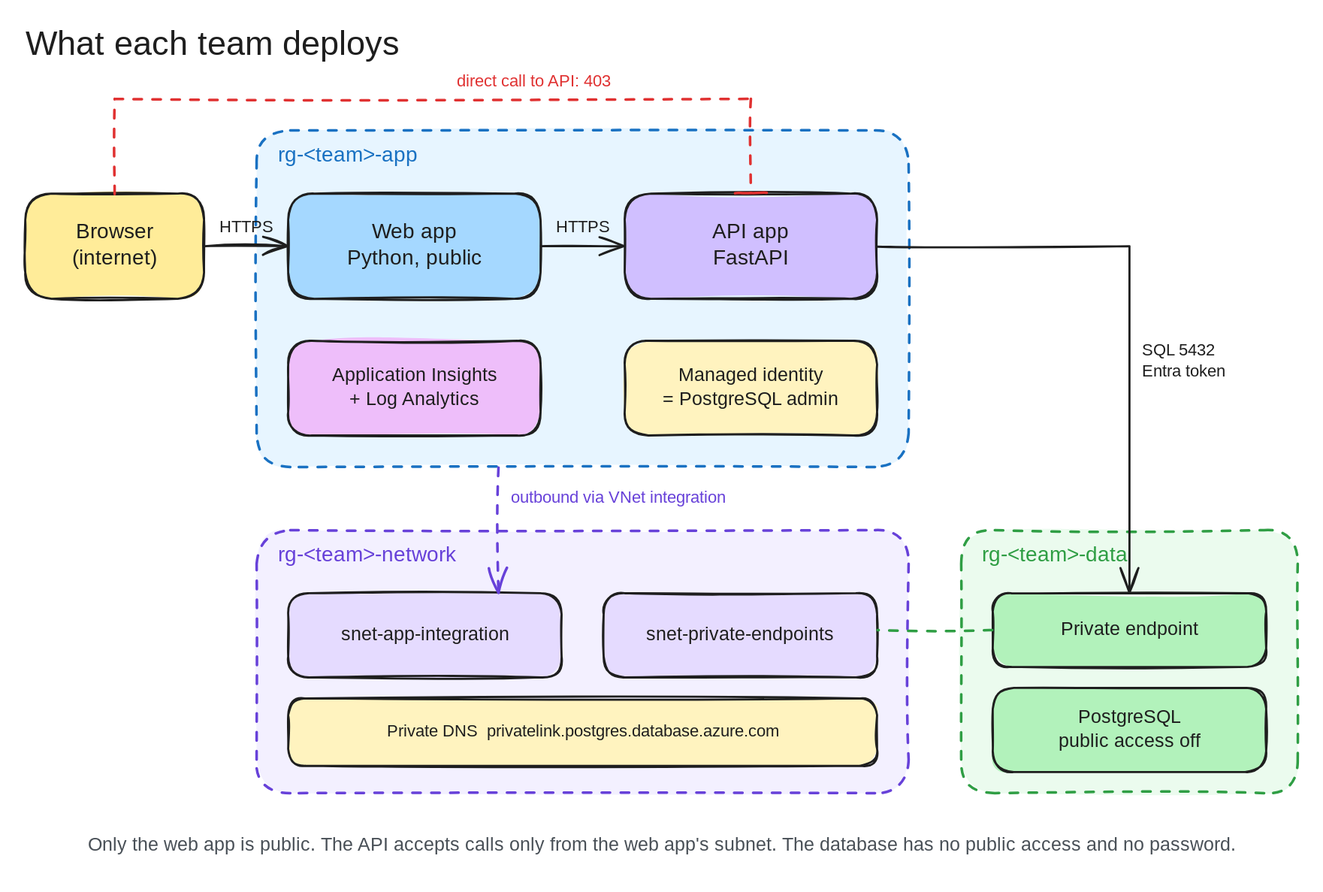
Above: docs/diagrams/architecture.excalidraw.svg in lenvolk/guard-timekeeping (Excalidraw), before the change. Source tidied: one line per element, renumbered; positions are measured from the earlier drawing's top-left corner, leaving out a move shared by most shapes.
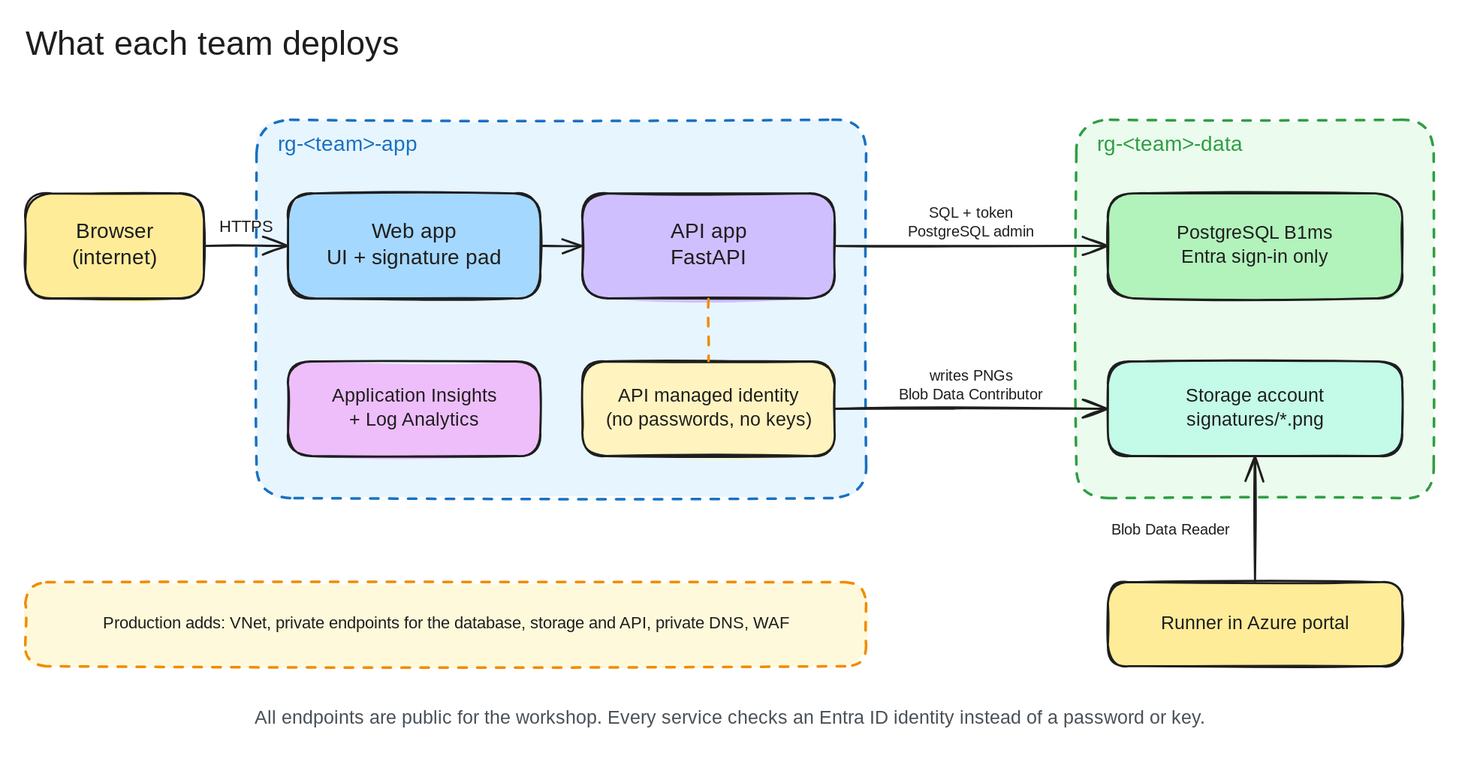
Later version of the same file.

The edit, as a diff of the source:
```diff
@@ -1,42 +1,39 @@
 {"id": 0, "type": "text", "text": "What each team deploys", "strokeColor": "#1e1e1e", "strokeWidth": 2, "roughness": 1, "fontSize": 32, "fontFamily": 5, "x": 0, "y": 0, "width": 348, "height": 40}
 {"id": 1, "type": "rectangle", "strokeColor": "#1e1e1e", "backgroundColor": "#ffec99", "fillStyle": "solid", "strokeWidth": 2, "roughness": 1, "round": true, "x": 0, "y": 160, "width": 170, "height": 100}
-{"id": 2, "type": "rectangle", "strokeColor": "#1971c2", "backgroundColor": "#e7f5ff", "fillStyle": "solid", "strokeWidth": 2, "strokeStyle": "dashed", "roughness": 1, "round": true, "x": 220, "y": 100, "width": 620, "height": 320}
+{"id": 2, "type": "rectangle", "strokeColor": "#1971c2", "backgroundColor": "#e7f5ff", "fillStyle": "solid", "strokeWidth": 2, "strokeStyle": "dashed", "roughness": 1, "round": true, "x": 220, "y": 90, "width": 580, "height": 360}
-{"id": 3, "type": "text", "text": "rg-<team>-app", "strokeColor": "#1971c2", "strokeWidth": 2, "roughness": 1, "fontSize": 20, "fontFamily": 5, "x": 240, "y": 112, "width": 140, "height": 25}
+{"id": 3, "type": "text", "text": "rg-<team>-app", "strokeColor": "#1971c2", "strokeWidth": 2, "roughness": 1, "fontSize": 20, "fontFamily": 5, "x": 240, "y": 102, "width": 140, "height": 25}
 {"id": 4, "type": "rectangle", "strokeColor": "#1e1e1e", "backgroundColor": "#a5d8ff", "fillStyle": "solid", "strokeWidth": 2, "roughness": 1, "round": true, "x": 250, "y": 160, "width": 240, "height": 100}
-{"id": 5, "type": "rectangle", "strokeColor": "#1e1e1e", "backgroundColor": "#d0bfff", "fillStyle": "solid", "strokeWidth": 2, "roughness": 1, "round": true, "x": 570, "y": 160, "width": 240, "height": 100}
+{"id": 5, "type": "rectangle", "strokeColor": "#1e1e1e", "backgroundColor": "#d0bfff", "fillStyle": "solid", "strokeWidth": 2, "roughness": 1, "round": true, "x": 530, "y": 160, "width": 240, "height": 100}
-{"id": 6, "type": "rectangle", "strokeColor": "#1e1e1e", "backgroundColor": "#eebefa", "fillStyle": "solid", "strokeWidth": 2, "roughness": 1, "round": true, "x": 250, "y": 300, "width": 240, "height": 90}
+{"id": 6, "type": "rectangle", "strokeColor": "#1e1e1e", "backgroundColor": "#eebefa", "fillStyle": "solid", "strokeWidth": 2, "roughness": 1, "round": true, "x": 250, "y": 320, "width": 240, "height": 90}
-{"id": 7, "type": "rectangle", "strokeColor": "#1e1e1e", "backgroundColor": "#fff3bf", "fillStyle": "solid", "strokeWidth": 2, "roughness": 1, "round": true, "x": 570, "y": 300, "width": 240, "height": 90}
+{"id": 7, "type": "rectangle", "strokeColor": "#1e1e1e", "backgroundColor": "#fff3bf", "fillStyle": "solid", "strokeWidth": 2, "roughness": 1, "round": true, "x": 530, "y": 320, "width": 240, "height": 90}
-{"id": 8, "type": "rectangle", "strokeColor": "#6741d9", "backgroundColor": "#f3f0ff", "fillStyle": "solid", "strokeWidth": 2, "strokeStyle": "dashed", "roughness": 1, "round": true, "x": 220, "y": 480, "width": 620, "height": 250}
-{"id": 9, "type": "text", "text": "rg-<team>-network", "strokeColor": "#6741d9", "strokeWidth": 2, "roughness": 1, "fontSize": 20, "fontFamily": 5, "x": 240, "y": 492, "width": 178, "height": 25}
-{"id": 10, "type": "rectangle", "strokeColor": "#1e1e1e", "backgroundColor": "#e5dbff", "fillStyle": "solid", "strokeWidth": 2, "roughness": 1, "round": true, "x": 250, "y": 540, "width": 260, "height": 80}
-{"id": 11, "type": "rectangle", "strokeColor": "#1e1e1e", "backgroundColor": "#e5dbff", "fillStyle": "solid", "strokeWidth": 2, "roughness": 1, "round": true, "x": 550, "y": 540, "width": 260, "height": 80}
-{"id": 12, "type": "rectangle", "strokeColor": "#1e1e1e", "backgroundColor": "#fff3bf", "fillStyle": "solid", "strokeWidth": 2, "roughness": 1, "round": true, "x": 250, "y": 640, "width": 560, "height": 64}
-{"id": 13, "type": "rectangle", "strokeColor": "#2f9e44", "backgroundColor": "#ebfbee", "fillStyle": "solid", "strokeWidth": 2, "strokeStyle": "dashed", "roughness": 1, "round": true, "x": 890, "y": 480, "width": 320, "height": 250}
+{"id": 13, "type": "rectangle", "strokeColor": "#2f9e44", "backgroundColor": "#ebfbee", "fillStyle": "solid", "strokeWidth": 2, "strokeStyle": "dashed", "roughness": 1, "round": true, "x": 1000, "y": 90, "width": 340, "height": 360}
-{"id": 14, "type": "text", "text": "rg-<team>-data", "strokeColor": "#2f9e44", "strokeWidth": 2, "roughness": 1, "fontSize": 20, "fontFamily": 5, "x": 910, "y": 492, "width": 145, "height": 25}
+{"id": 14, "type": "text", "text": "rg-<team>-data", "strokeColor": "#2f9e44", "strokeWidth": 2, "roughness": 1, "fontSize": 20, "fontFamily": 5, "x": 1020, "y": 102, "width": 145, "height": 25}
-{"id": 15, "type": "rectangle", "strokeColor": "#1e1e1e", "backgroundColor": "#b2f2bb", "fillStyle": "solid", "strokeWidth": 2, "roughness": 1, "round": true, "x": 920, "y": 540, "width": 260, "height": 70}
-{"id": 16, "type": "rectangle", "strokeColor": "#1e1e1e", "backgroundColor": "#b2f2bb", "fillStyle": "solid", "strokeWidth": 2, "roughness": 1, "round": true, "x": 920, "y": 630, "width": 260, "height": 80}
+{"id": 16, "type": "rectangle", "strokeColor": "#1e1e1e", "backgroundColor": "#b2f2bb", "fillStyle": "solid", "strokeWidth": 2, "roughness": 1, "round": true, "x": 1030, "y": 160, "width": 280, "height": 100}
+{"id": 42, "type": "rectangle", "strokeColor": "#1e1e1e", "backgroundColor": "#c3fae8", "fillStyle": "solid", "strokeWidth": 2, "roughness": 1, "round": true, "x": 1030, "y": 320, "width": 280, "height": 90}
 {"id": 17, "type": "arrow", "strokeColor": "#1e1e1e", "strokeWidth": 2, "roughness": 1, "endArrowhead": "arrow", "x": 170, "y": 210, "width": 79, "height": 0, "points": [[0, 0], [79, 0]]}
 {"id": 18, "type": "rectangle", "strokeColor": "transparent", "strokeWidth": 2, "roughness": 1, "x": 170, "y": 178, "width": 80, "height": 30}
-{"id": 19, "type": "arrow", "strokeColor": "#1e1e1e", "strokeWidth": 2, "roughness": 1, "endArrowhead": "arrow", "x": 490, "y": 210, "width": 79, "height": 0, "points": [[0, 0], [79, 0]]}
+{"id": 19, "type": "arrow", "strokeColor": "#1e1e1e", "strokeWidth": 2, "roughness": 1, "endArrowhead": "arrow", "x": 490, "y": 210, "width": 39, "height": 0, "points": [[0, 0], [39, 0]]}
-{"id": 20, "type": "rectangle", "strokeColor": "transparent", "strokeWidth": 2, "roughness": 1, "x": 490, "y": 178, "width": 80, "height": 30}
-{"id": 21, "type": "arrow", "strokeColor": "#1e1e1e", "strokeWidth": 2, "roughness": 1, "endArrowhead": "arrow", "x": 810, "y": 210, "width": 240, "height": 330, "points": [[0, 0], [240, 0], [240, 329]]}
-{"id": 22, "type": "text", "text": "SQL 5432\nEntra token", "strokeColor": "#1e1e1e", "strokeWidth": 2, "roughness": 1, "fontSize": 16, "fontFamily": 5, "x": 1062, "y": 300, "width": 80, "height": 40}
-{"id": 23, "type": "arrow", "strokeColor": "#e03131", "strokeWidth": 2, "strokeStyle": "dashed", "roughness": 1, "endArrowhead": "bar", "x": 85, "y": 160, "width": 605, "height": 90, "points": [[0, 0], [0, -90], [605, -90], [605, -1]]}
-{"id": 24, "type": "text", "text": "direct call to API: 403", "strokeColor": "#e03131", "strokeWidth": 2, "roughness": 1, "fontSize": 16, "fontFamily": 5, "x": 410, "y": 44, "width": 148, "height": 20}
-{"id": 25, "type": "arrow", "strokeColor": "#6741d9", "strokeWidth": 2, "strokeStyle": "dashed", "roughness": 1, "endArrowhead": "arrow", "x": 450, "y": 420, "width": 0, "height": 119, "points": [[0, 0], [0, 119]]}
-{"id": 26, "type": "text", "text": "outbound via VNet integration", "strokeColor": "#6741d9", "strokeWidth": 2, "roughness": 1, "fontSize": 16, "fontFamily": 5, "x": 462, "y": 440, "width": 216, "height": 20}
-{"id": 27, "type": "arrow", "strokeColor": "#2f9e44", "strokeWidth": 2, "strokeStyle": "dashed", "roughness": 1, "x": 920, "y": 575, "width": 109, "height": 0, "points": [[0, 0], [-109, 0]]}
+{"id": 43, "type": "arrow", "strokeColor": "#f08c00", "strokeWidth": 2, "strokeStyle": "dashed", "roughness": 1, "x": 650, "y": 260, "width": 0, "height": 59, "points": [[0, 0], [0, 59]]}
+{"id": 44, "type": "arrow", "strokeColor": "#1e1e1e", "strokeWidth": 2, "roughness": 1, "endArrowhead": "arrow", "x": 770, "y": 210, "width": 259, "height": 0, "points": [[0, 0], [259, 0]]}
+{"id": 45, "type": "rectangle", "strokeColor": "transparent", "strokeWidth": 2, "roughness": 1, "x": 790, "y": 166, "width": 220, "height": 45}
+{"id": 46, "type": "arrow", "strokeColor": "#1e1e1e", "strokeWidth": 2, "roughness": 1, "endArrowhead": "arrow", "x": 770, "y": 365, "width": 259, "height": 0, "points": [[0, 0], [259, 0]]}
+{"id": 47, "type": "rectangle", "strokeColor": "transparent", "strokeWidth": 2, "roughness": 1, "x": 790, "y": 321, "width": 220, "height": 45}
+{"id": 48, "type": "rectangle", "strokeColor": "#1e1e1e", "backgroundColor": "#ffec99", "fillStyle": "solid", "strokeWidth": 2, "roughness": 1, "round": true, "x": 1030, "y": 530, "width": 280, "height": 80}
+{"id": 49, "type": "arrow", "strokeColor": "#1e1e1e", "strokeWidth": 2, "roughness": 1, "endArrowhead": "arrow", "x": 1170, "y": 530, "width": 0, "height": 119, "points": [[0, 0], [0, -119]]}
+{"id": 50, "type": "rectangle", "strokeColor": "transparent", "strokeWidth": 2, "roughness": 1, "x": 1020, "y": 466, "width": 140, "height": 30}
+{"id": 51, "type": "rectangle", "strokeColor": "#f08c00", "backgroundColor": "#fff9db", "fillStyle": "solid", "strokeWidth": 2, "strokeStyle": "dashed", "roughness": 1, "round": true, "x": 0, "y": 530, "width": 800, "height": 80}
-{"id": 28, "type": "rectangle", "strokeColor": "transparent", "strokeWidth": 2, "roughness": 1, "x": 0, "y": 760, "width": 1210, "height": 40}
+{"id": 28, "type": "rectangle", "strokeColor": "transparent", "strokeWidth": 2, "roughness": 1, "x": 0, "y": 640, "width": 1340, "height": 40}
 {"id": 29, "type": "text", "text": "Browser\n(internet)", "strokeColor": "#1e1e1e", "strokeWidth": 2, "roughness": 1, "fontSize": 20, "fontFamily": 5, "textAlign": "center", "verticalAlign": "middle", "inside": 1, "x": 45, "y": 185, "width": 81, "height": 50}
-{"id": 30, "type": "text", "text": "Web app\nPython, public", "strokeColor": "#1e1e1e", "strokeWidth": 2, "roughness": 1, "fontSize": 20, "fontFamily": 5, "textAlign": "center", "verticalAlign": "middle", "inside": 4, "x": 307, "y": 185, "width": 126, "height": 50}
+{"id": 52, "type": "text", "text": "Web app\nUI + signature pad", "strokeColor": "#1e1e1e", "strokeWidth": 2, "roughness": 1, "fontSize": 20, "fontFamily": 5, "textAlign": "center", "verticalAlign": "middle", "inside": 4, "x": 288, "y": 185, "width": 164, "height": 50}
-{"id": 31, "type": "text", "text": "API app\nFastAPI", "strokeColor": "#1e1e1e", "strokeWidth": 2, "roughness": 1, "fontSize": 20, "fontFamily": 5, "textAlign": "center", "verticalAlign": "middle", "inside": 5, "x": 656, "y": 185, "width": 69, "height": 50}
+{"id": 31, "type": "text", "text": "API app\nFastAPI", "strokeColor": "#1e1e1e", "strokeWidth": 2, "roughness": 1, "fontSize": 20, "fontFamily": 5, "textAlign": "center", "verticalAlign": "middle", "inside": 5, "x": 616, "y": 185, "width": 69, "height": 50}
-{"id": 32, "type": "text", "text": "Application Insights\n+ Log Analytics", "strokeColor": "#1e1e1e", "strokeWidth": 2, "roughness": 1, "fontSize": 18, "fontFamily": 5, "textAlign": "center", "verticalAlign": "middle", "inside": 6, "x": 292, "y": 322, "width": 157, "height": 45}
+{"id": 32, "type": "text", "text": "Application Insights\n+ Log Analytics", "strokeColor": "#1e1e1e", "strokeWidth": 2, "roughness": 1, "fontSize": 18, "fontFamily": 5, "textAlign": "center", "verticalAlign": "middle", "inside": 6, "x": 292, "y": 342, "width": 157, "height": 45}
-{"id": 33, "type": "text", "text": "Managed identity\n= PostgreSQL admin", "strokeColor": "#1e1e1e", "strokeWidth": 2, "roughness": 1, "fontSize": 18, "fontFamily": 5, "textAlign": "center", "verticalAlign": "middle", "inside": 7, "x": 608, "y": 322, "width": 163, "height": 45}
-{"id": 34, "type": "text", "text": "snet-app-integration", "strokeColor": "#1e1e1e", "strokeWidth": 2, "roughness": 1, "fontSize": 18, "fontFamily": 5, "textAlign": "center", "verticalAlign": "middle", "inside": 10, "x": 298, "y": 569, "width": 164, "height": 22}
-{"id": 35, "type": "text", "text": "snet-private-endpoints", "strokeColor": "#1e1e1e", "strokeWidth": 2, "roughness": 1, "fontSize": 18, "fontFamily": 5, "textAlign": "center", "verticalAlign": "middle", "inside": 11, "x": 590, "y": 569, "width": 180, "height": 22}
-{"id": 36, "type": "text", "text": "Private DNS  privatelink.postgres.database.azure.com", "strokeColor": "#1e1e1e", "strokeWidth": 2, "roughness": 1, "fontSize": 16, "fontFamily": 5, "textAlign": "center", "verticalAlign": "middle", "inside": 12, "x": 344, "y": 662, "width": 373, "height": 20}
-{"id": 37, "type": "text", "text": "Private endpoint", "strokeColor": "#1e1e1e", "strokeWidth": 2, "roughness": 1, "fontSize": 18, "fontFamily": 5, "textAlign": "center", "verticalAlign": "middle", "inside": 15, "x": 985, "y": 564, "width": 130, "height": 22}
-{"id": 38, "type": "text", "text": "PostgreSQL\npublic access off", "strokeColor": "#1e1e1e", "strokeWidth": 2, "roughness": 1, "fontSize": 18, "fontFamily": 5, "textAlign": "center", "verticalAlign": "middle", "inside": 16, "x": 985, "y": 648, "width": 130, "height": 45}
-{"id": 39, "type": "text", "text": "HTTPS", "strokeColor": "#1e1e1e", "strokeWidth": 2, "roughness": 1, "fontSize": 16, "fontFamily": 5, "textAlign": "center", "verticalAlign": "middle", "inside": 18, "x": 187, "y": 183, "width": 46, "height": 20}
-{"id": 40, "type": "text", "text": "HTTPS", "strokeColor": "#1e1e1e", "strokeWidth": 2, "roughness": 1, "fontSize": 16, "fontFamily": 5, "textAlign": "center", "verticalAlign": "middle", "inside": 20, "x": 507, "y": 183, "width": 46, "height": 20}
-{"id": 41, "type": "text", "text": "Only the web app is public. The API accepts calls only from the web app's subnet. The database has no public access and no password.", "strokeColor": "#495057", "strokeWidth": 2, "roughness": 1, "fontSize": 18, "fontFamily": 5, "textAlign": "center", "verticalAlign": "middle", "inside": 28, "x": 73, "y": 769, "width": 1064, "height": 22}
+{"id": 53, "type": "text", "text": "API managed identity\n(no passwords, no keys)", "strokeColor": "#1e1e1e", "strokeWidth": 2, "roughness": 1, "fontSize": 18, "fontFamily": 5, "textAlign": "center", "verticalAlign": "middle", "inside": 7, "x": 556, "y": 342, "width": 188, "height": 45}
+{"id": 54, "type": "text", "text": "PostgreSQL B1ms\nEntra sign-in only", "strokeColor": "#1e1e1e", "strokeWidth": 2, "roughness": 1, "fontSize": 18, "fontFamily": 5, "textAlign": "center", "verticalAlign": "middle", "inside": 16, "x": 1100, "y": 188, "width": 139, "height": 45}
+{"id": 55, "type": "text", "text": "Storage account\nsignatures/*.png", "strokeColor": "#1e1e1e", "strokeWidth": 2, "roughness": 1, "fontSize": 18, "fontFamily": 5, "textAlign": "center", "verticalAlign": "middle", "inside": 42, "x": 1104, "y": 342, "width": 131, "height": 45}
+{"id": 56, "type": "text", "text": "HTTPS", "strokeColor": "#1e1e1e", "strokeWidth": 2, "roughness": 1, "fontSize": 16, "fontFamily": 5, "textAlign": "center", "verticalAlign": "middle", "inside": 18, "x": 187, "y": 183, "width": 46, "height": 20}
+{"id": 57, "type": "text", "text": "SQL + token\nPostgreSQL admin", "strokeColor": "#1e1e1e", "strokeWidth": 2, "roughness": 1, "fontSize": 14, "fontFamily": 5, "textAlign": "center", "verticalAlign": "middle", "inside": 45, "x": 843, "y": 171, "width": 114, "height": 35}
+{"id": 58, "type": "text", "text": "writes PNGs\nBlob Data Contributor", "strokeColor": "#1e1e1e", "strokeWidth": 2, "roughness": 1, "fontSize": 14, "fontFamily": 5, "textAlign": "center", "verticalAlign": "middle", "inside": 47, "x": 832, "y": 326, "width": 136, "height": 35}
+{"id": 59, "type": "text", "text": "Runner in Azure portal", "strokeColor": "#1e1e1e", "strokeWidth": 2, "roughness": 1, "fontSize": 18, "fontFamily": 5, "textAlign": "center", "verticalAlign": "middle", "inside": 48, "x": 1080, "y": 559, "width": 179, "height": 22}
+{"id": 60, "type": "text", "text": "Blob Data Reader", "strokeColor": "#1e1e1e", "strokeWidth": 2, "roughness": 1, "fontSize": 14, "fontFamily": 5, "textAlign": "center", "verticalAlign": "middle", "inside": 50, "x": 1036, "y": 472, "width": 107, "height": 18}
+{"id": 61, "type": "text", "text": "Production adds: VNet, private endpoints for the database, storage and API, private DNS, WAF", "strokeColor": "#1e1e1e", "strokeWidth": 2, "roughness": 1, "fontSize": 16, "fontFamily": 5, "textAlign": "center", "verticalAlign": "middle", "inside": 51, "x": 69, "y": 560, "width": 662, "height": 20}
+{"id": 62, "type": "text", "text": "All endpoints are public for the workshop. Every service checks an Entra ID identity instead of a password or key.", "strokeColor": "#495057", "strokeWidth": 2, "roughness": 1, "fontSize": 18, "fontFamily": 5, "textAlign": "center", "verticalAlign": "middle", "inside": 28, "x": 226, "y": 649, "width": 887, "height": 22}
```
